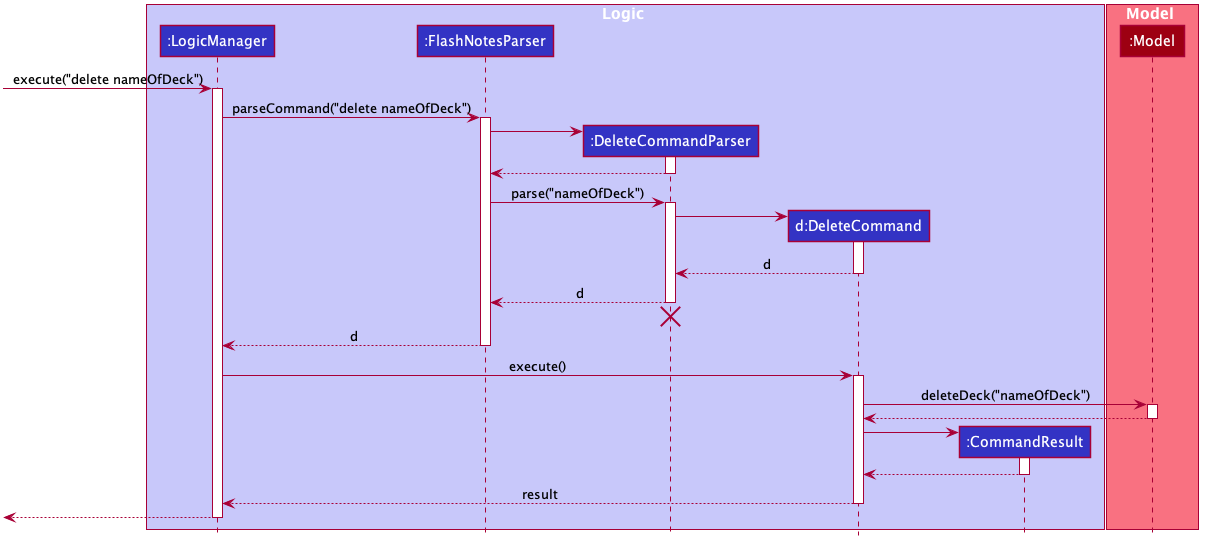
Earlier version of the PlantUML export docs/images/DeleteSequenceDiagram.png (rachel170/tp).
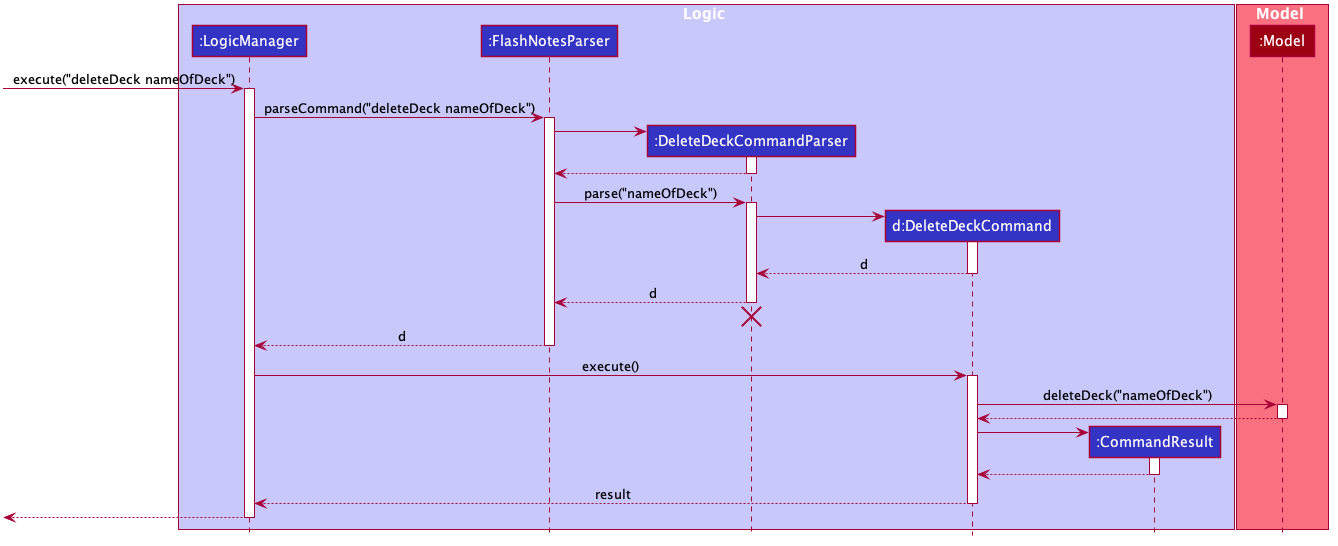
After the change.

The edit, as a diff of the source:
```diff
@@ -51,8 +51,8 @@
 box Logic #C8C8FA
 participant ":LogicManager" as LogicManager #3333C4
 participant ":FlashNotesParser" as FlashNotesParser #3333C4
-participant ":DeleteCommandParser" as DeleteCommandParser #3333C4
-participant "d:DeleteCommand" as DeleteCommand #3333C4
+participant ":DeleteDeckCommandParser" as DeleteDeckCommandParser #3333C4
+participant "d:DeleteDeckCommand" as DeleteDeckCommand #3333C4
 participant ":CommandResult" as CommandResult #3333C4
 end box
 
@@ -60,55 +60,55 @@
 participant ":Model" as Model #9D0012
 end box
 
-[-> LogicManager : execute("delete nameOfDeck")
+[-> LogicManager : execute("deleteDeck nameOfDeck")
 activate LogicManager
 
-LogicManager -> FlashNotesParser : parseCommand("delete nameOfDeck")
+LogicManager -> FlashNotesParser : parseCommand("deleteDeck nameOfDeck")
 activate FlashNotesParser
 
-create DeleteCommandParser
-FlashNotesParser -> DeleteCommandParser
-activate DeleteCommandParser
+create DeleteDeckCommandParser
+FlashNotesParser -> DeleteDeckCommandParser
+activate DeleteDeckCommandParser
 
-DeleteCommandParser --> FlashNotesParser
-deactivate DeleteCommandParser
+DeleteDeckCommandParser --> FlashNotesParser
+deactivate DeleteDeckCommandParser
 
-FlashNotesParser -> DeleteCommandParser : parse("nameOfDeck")
-activate DeleteCommandParser
+FlashNotesParser -> DeleteDeckCommandParser : parse("nameOfDeck")
+activate DeleteDeckCommandParser
 
-create DeleteCommand
-DeleteCommandParser -> DeleteCommand
-activate DeleteCommand
+create DeleteDeckCommand
+DeleteDeckCommandParser -> DeleteDeckCommand
+activate DeleteDeckCommand
 
-DeleteCommand --> DeleteCommandParser : d
-deactivate DeleteCommand
+DeleteDeckCommand --> DeleteDeckCommandParser : d
+deactivate DeleteDeckCommand
 
-DeleteCommandParser --> FlashNotesParser : d
-deactivate DeleteCommandParser
-DeleteCommandParser -[hidden]-> FlashNotesParser
-destroy DeleteCommandParser
+DeleteDeckCommandParser --> FlashNotesParser : d
+deactivate DeleteDeckCommandParser
+DeleteDeckCommandParser -[hidden]-> FlashNotesParser
+destroy DeleteDeckCommandParser
 
 FlashNotesParser --> LogicManager : d
 deactivate FlashNotesParser
 
-LogicManager -> DeleteCommand : execute()
-activate DeleteCommand
+LogicManager -> DeleteDeckCommand : execute()
+activate DeleteDeckCommand
 
-DeleteCommand -> Model : deleteDeck("nameOfDeck")
+DeleteDeckCommand -> Model : deleteDeck("nameOfDeck")
 activate Model
 
-Model --> DeleteCommand
+Model --> DeleteDeckCommand
 deactivate Model
 
 create CommandResult
-DeleteCommand -> CommandResult
+DeleteDeckCommand -> CommandResult
 activate CommandResult
 
-CommandResult --> DeleteCommand
+CommandResult --> DeleteDeckCommand
 deactivate CommandResult
 
-DeleteCommand --> LogicManager : result
-deactivate DeleteCommand
+DeleteDeckCommand --> LogicManager : result
+deactivate DeleteDeckCommand
 
 [<--LogicManager
 deactivate LogicManager
```
